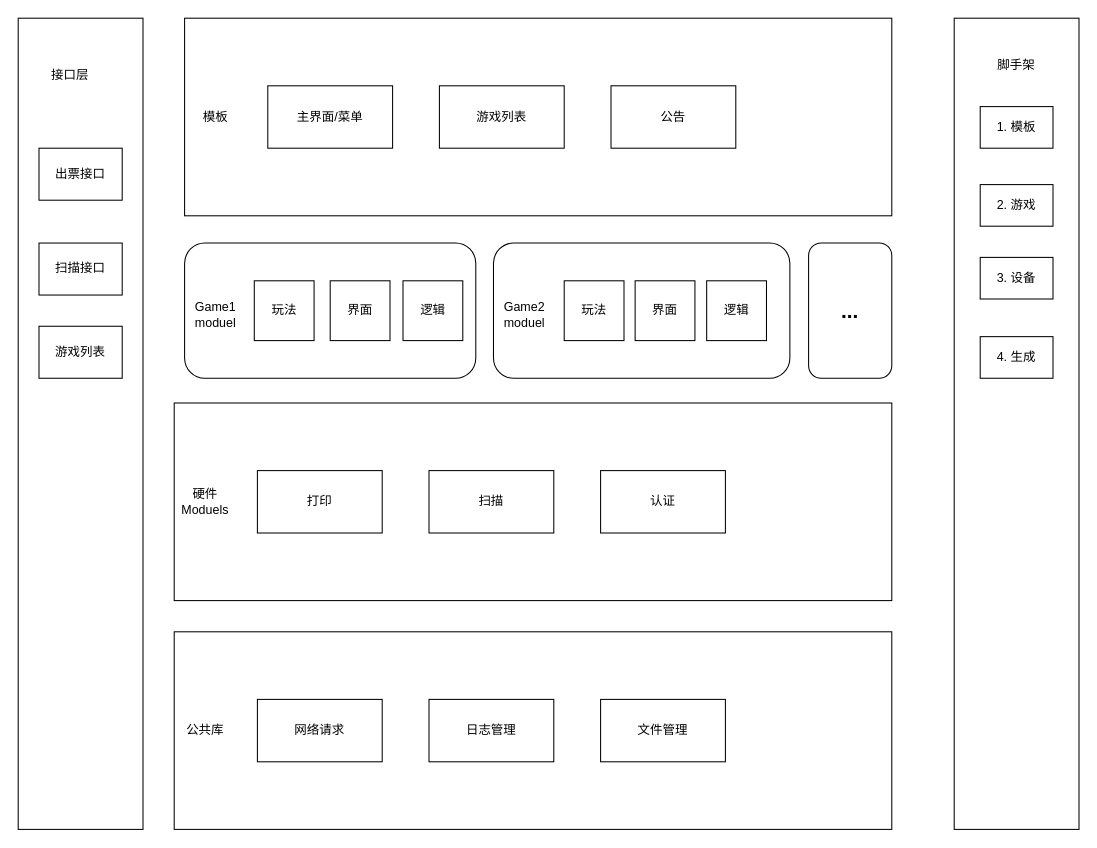
This is 未命名绘图.drawio from metre/images, a draw.io file, before an edit. Source tidied: cells renumbered, new cells numbered last; positions are measured from the earlier drawing's top-left corner, leaving out a move shared by most shapes. Both pictures are drawn from the tidied source at 104%, with x=0, y=0 at pixel (18, 18).
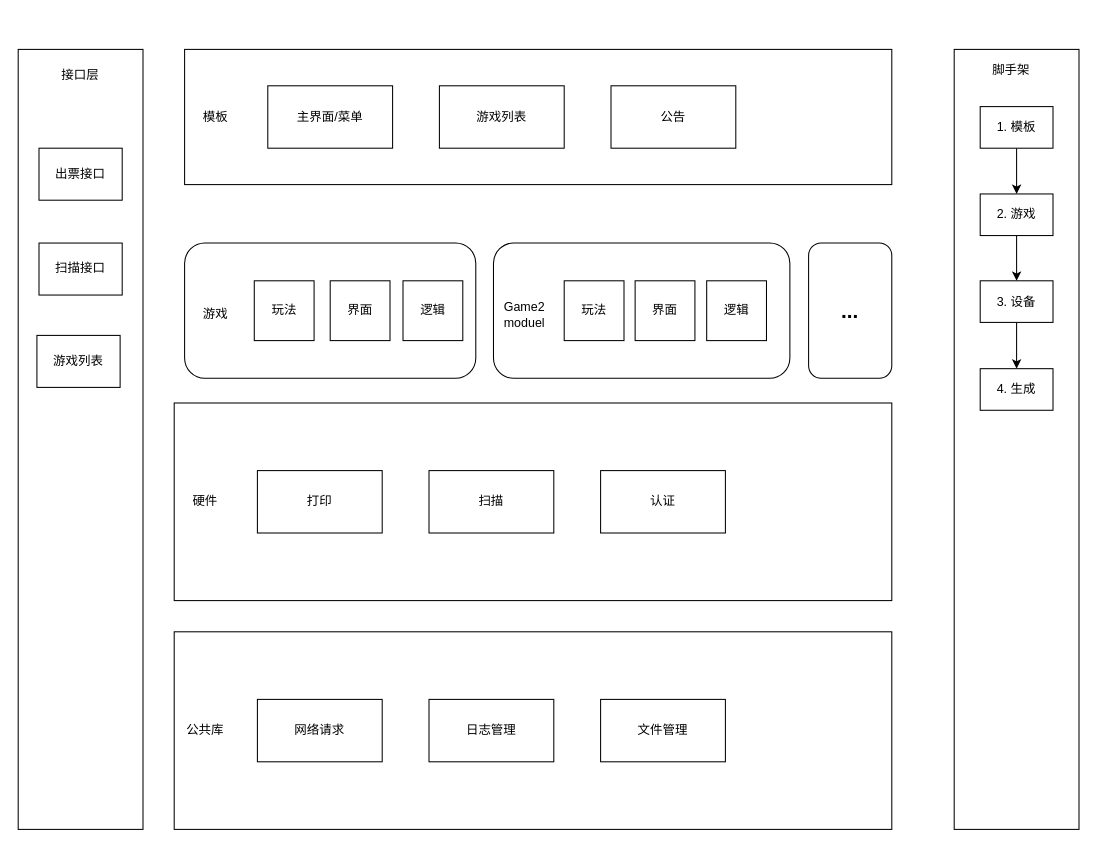
After the change.

Commit message:
更新未命名绘图.drawio

Unchanged cells that the change refers to:
```xml
<mxCell id="33" value="1. 模板" style="rounded=0;whiteSpace=wrap;html=1;" parent="1" vertex="1">
  <mxGeometry x="925" y="85" width="70" height="40" as="geometry" />
</mxCell>
```

What changed in the source:
```diff
@@
-    <mxCell id="3" value="Game1 moduel" style="text;html=1;strokeColor=none;fillColor=none;align=center;verticalAlign=middle;whiteSpace=wrap;rounded=0;" parent="1" vertex="1">
+    <mxCell id="3" value="游戏" style="text;html=1;strokeColor=none;fillColor=none;align=center;verticalAlign=middle;whiteSpace=wrap;rounded=0;" parent="1" vertex="1">
       <mxGeometry x="160" y="270" width="60" height="30" as="geometry" />
     </mxCell>
@@
     <mxCell id="12" style="rounded=0;whiteSpace=wrap;html=1;" parent="1" vertex="1">
-      <mxGeometry width="120" height="780" as="geometry" />
+      <mxGeometry y="30" width="120" height="750" as="geometry" />
     </mxCell>
     <mxCell id="13" value="接口层" style="text;html=1;strokeColor=none;fillColor=none;align=center;verticalAlign=middle;whiteSpace=wrap;rounded=0;" parent="1" vertex="1">
-      <mxGeometry x="20" y="40" width="60" height="30" as="geometry" />
+      <mxGeometry x="30" y="40" width="60" height="30" as="geometry" />
     </mxCell>
@@
-    <mxCell id="15" value="硬件Moduels" style="text;html=1;strokeColor=none;fillColor=none;align=center;verticalAlign=middle;whiteSpace=wrap;rounded=0;" parent="1" vertex="1">
+    <mxCell id="15" value="硬件" style="text;html=1;strokeColor=none;fillColor=none;align=center;verticalAlign=middle;whiteSpace=wrap;rounded=0;" parent="1" vertex="1">
       <mxGeometry x="150" y="450" width="60" height="30" as="geometry" />
     </mxCell>
@@
     <mxCell id="24" style="rounded=0;whiteSpace=wrap;html=1;" parent="1" vertex="1">
-      <mxGeometry x="160" width="680" height="190" as="geometry" />
+      <mxGeometry x="160" y="30" width="680" height="130" as="geometry" />
     </mxCell>
@@
     <mxCell id="29" style="rounded=0;whiteSpace=wrap;html=1;" parent="1" vertex="1">
-      <mxGeometry x="900" width="120" height="780" as="geometry" />
+      <mxGeometry x="900" y="30" width="120" height="750" as="geometry" />
     </mxCell>
     <mxCell id="30" value="脚手架" style="text;html=1;strokeColor=none;fillColor=none;align=center;verticalAlign=middle;whiteSpace=wrap;rounded=0;" parent="1" vertex="1">
-      <mxGeometry x="930" y="30" width="60" height="30" as="geometry" />
+      <mxGeometry x="925" y="35" width="60" height="30" as="geometry" />
     </mxCell>
@@
+    <mxCell id="39" style="edgeStyle=orthogonalEdgeStyle;rounded=0;jettySize=auto;html=1;entryX=0.5;entryY=0;entryDx=0;entryDy=0;fontSize=20;" parent="1" edge="1" source="33" target="34">
+      <mxGeometry relative="1" as="geometry" />
+    </mxCell>
@@
+    <mxCell id="40" style="edgeStyle=orthogonalEdgeStyle;rounded=0;jettySize=auto;html=1;fontSize=20;" parent="1" edge="1" source="34" target="35">
+      <mxGeometry relative="1" as="geometry" />
+    </mxCell>
     <mxCell id="34" value="2. 游戏" style="rounded=0;whiteSpace=wrap;html=1;" parent="1" vertex="1">
-      <mxGeometry x="925" y="160" width="70" height="40" as="geometry" />
+      <mxGeometry x="925" y="169" width="70" height="40" as="geometry" />
     </mxCell>
+    <mxCell id="41" style="edgeStyle=orthogonalEdgeStyle;rounded=0;jettySize=auto;html=1;fontSize=20;" parent="1" edge="1" source="35" target="36">
+      <mxGeometry relative="1" as="geometry" />
+    </mxCell>
     <mxCell id="35" value="3. 设备" style="rounded=0;whiteSpace=wrap;html=1;" parent="1" vertex="1">
-      <mxGeometry x="925" y="230" width="70" height="40" as="geometry" />
+      <mxGeometry x="925" y="252.5" width="70" height="40" as="geometry" />
     </mxCell>
     <mxCell id="36" value="4. 生成" style="rounded=0;whiteSpace=wrap;html=1;" parent="1" vertex="1">
-      <mxGeometry x="925" y="306.2" width="70" height="40" as="geometry" />
+      <mxGeometry x="925" y="337" width="70" height="40" as="geometry" />
     </mxCell>
@@
     <mxCell id="38" value="游戏列表" style="rounded=0;whiteSpace=wrap;html=1;" parent="1" vertex="1">
-      <mxGeometry x="20" y="296.2" width="80" height="50" as="geometry" />
+      <mxGeometry x="18" y="305" width="80" height="50" as="geometry" />
     </mxCell>
```
